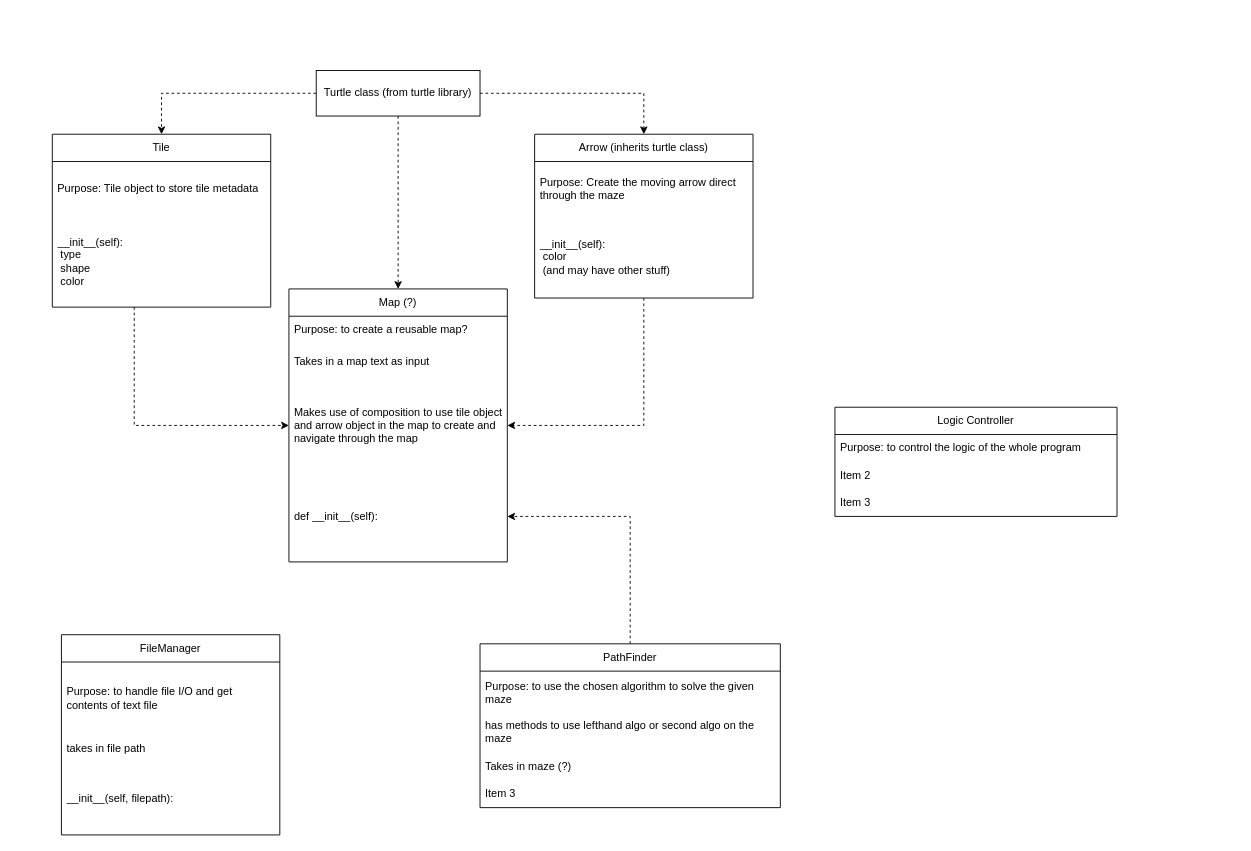
The draw.io diagram page "Class Design" (1 of 2) of diagrams/program_diagrams.drawio in junnjiee16/ST1507-DSAA-Maze-Solver, before the edit. Source tidied: cells renumbered, new cells numbered last; positions are measured from the earlier drawing's top-left corner, leaving out a move shared by most shapes. Both pictures are drawn from the tidied source at 91%, with x=0, y=0 at pixel (52, 70).
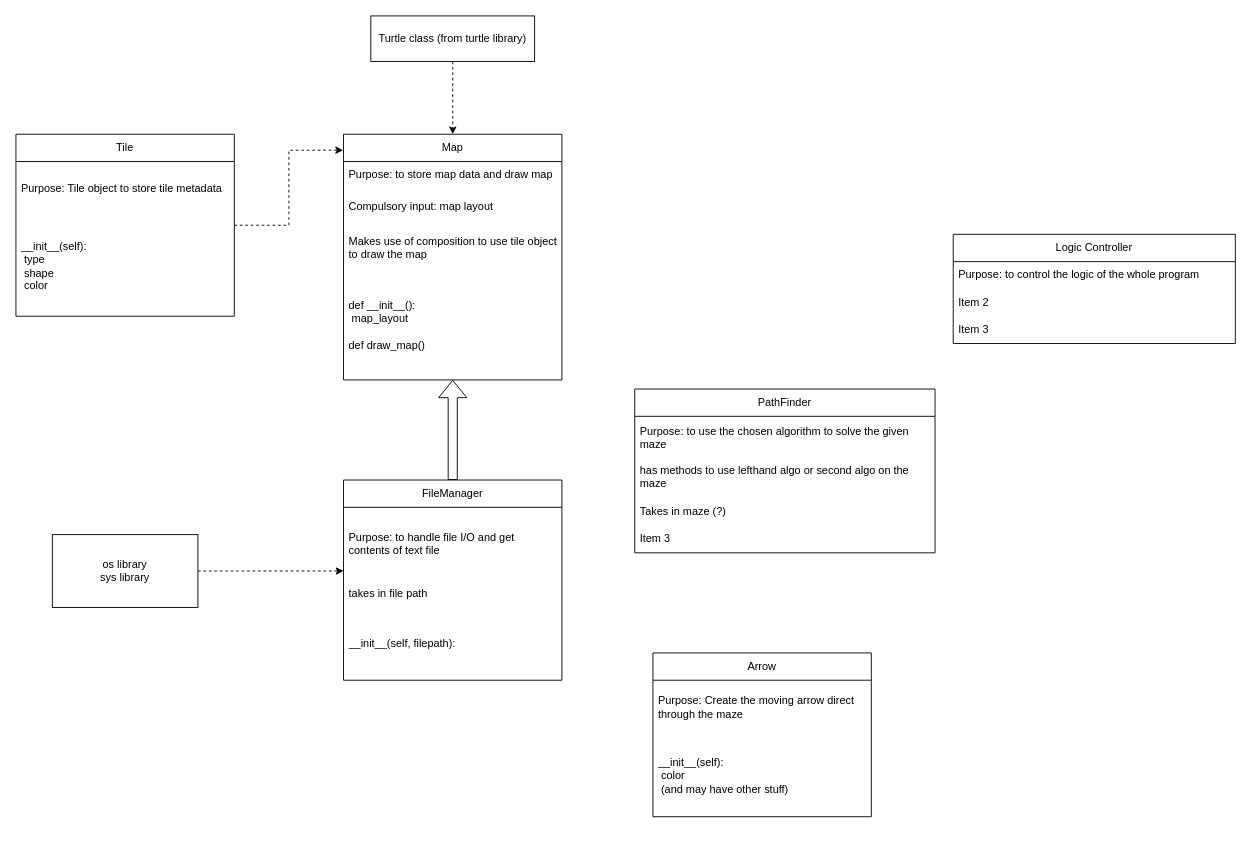
After the change.

Change to the diagram source:
```diff
@@
-    <mxCell id="2" style="edgeStyle=orthogonalEdgeStyle;rounded=0;jettySize=auto;html=1;dashed=1;" parent="1" edge="1" source="3" target="17">
-      <mxGeometry relative="1" as="geometry">
-        <Array as="points">
-          <mxPoint x="90" y="390" />
-        </Array>
-      </mxGeometry>
-    </mxCell>
+    <mxCell id="32" style="edgeStyle=orthogonalEdgeStyle;rounded=0;jettySize=auto;html=1;entryX=-0.002;entryY=0.065;entryDx=0;entryDy=0;entryPerimeter=0;dashed=1;" parent="1" edge="1" source="3" target="14">
+      <mxGeometry relative="1" as="geometry" />
+    </mxCell>
     <mxCell id="3" value="Tile" style="swimlane;fontStyle=0;horizontal=1;startSize=30;whiteSpace=wrap;html=1;" parent="1" vertex="1">
-      <mxGeometry y="70" width="240" height="190" as="geometry" />
+      <mxGeometry x="-40" y="70" width="240" height="200" as="geometry" />
     </mxCell>
@@
     <mxCell id="5" value="__init__(self):&lt;br&gt;&lt;span style=&quot;white-space: pre;&quot;&gt; &lt;/span&gt;type&lt;br&gt;&lt;span style=&quot;white-space: pre;&quot;&gt; &lt;/span&gt;shape&lt;br&gt;&lt;span style=&quot;white-space: pre;&quot;&gt; color&lt;/span&gt;" style="text;strokeColor=none;fillColor=none;align=left;verticalAlign=middle;spacingLeft=4;spacingRight=4;overflow=hidden;whiteSpace=wrap;html=1;" parent="3" vertex="1">
-      <mxGeometry y="90" width="240" height="100" as="geometry" />
+      <mxGeometry y="90" width="240" height="110" as="geometry" />
     </mxCell>
-    <mxCell id="6" style="edgeStyle=orthogonalEdgeStyle;rounded=0;jettySize=auto;html=1;dashed=1;" parent="1" edge="1" source="9" target="3">
-      <mxGeometry relative="1" as="geometry" />
-    </mxCell>
-    <mxCell id="7" style="edgeStyle=orthogonalEdgeStyle;rounded=0;jettySize=auto;html=1;dashed=1;" parent="1" edge="1" source="9" target="11">
-      <mxGeometry relative="1" as="geometry" />
-    </mxCell>
@@
     <mxCell id="9" value="Turtle class (from turtle library)" style="rounded=0;whiteSpace=wrap;html=1;" parent="1" vertex="1">
-      <mxGeometry x="290" width="180" height="50" as="geometry" />
+      <mxGeometry x="350" y="-60" width="180" height="50" as="geometry" />
     </mxCell>
-    <mxCell id="10" style="edgeStyle=orthogonalEdgeStyle;rounded=0;jettySize=auto;html=1;dashed=1;" parent="1" edge="1" source="11" target="17">
-      <mxGeometry relative="1" as="geometry" />
-    </mxCell>
-    <mxCell id="11" value="Arrow (inherits turtle class)" style="swimlane;fontStyle=0;horizontal=1;startSize=30;whiteSpace=wrap;html=1;" parent="1" vertex="1">
-      <mxGeometry x="530" y="70" width="240" height="180" as="geometry" />
+    <mxCell id="11" value="Arrow" style="swimlane;fontStyle=0;horizontal=1;startSize=30;whiteSpace=wrap;html=1;" parent="1" vertex="1">
+      <mxGeometry x="660" y="640" width="240" height="180" as="geometry" />
     </mxCell>
@@
-    <mxCell id="14" value="Map (?)" style="swimlane;fontStyle=0;horizontal=1;startSize=30;whiteSpace=wrap;html=1;" parent="1" vertex="1">
-      <mxGeometry x="260" y="240" width="240" height="300" as="geometry" />
+    <mxCell id="14" value="Map" style="swimlane;fontStyle=0;horizontal=1;startSize=30;whiteSpace=wrap;html=1;" parent="1" vertex="1">
+      <mxGeometry x="320" y="70" width="240" height="270" as="geometry" />
     </mxCell>
-    <mxCell id="15" value="Purpose: to create a reusable map?" style="text;strokeColor=none;fillColor=none;align=left;verticalAlign=middle;spacingLeft=4;spacingRight=4;overflow=hidden;whiteSpace=wrap;html=1;" parent="14" vertex="1">
+    <mxCell id="15" value="Purpose: to store map data and draw map" style="text;strokeColor=none;fillColor=none;align=left;verticalAlign=middle;spacingLeft=4;spacingRight=4;overflow=hidden;whiteSpace=wrap;html=1;" parent="14" vertex="1">
       <mxGeometry y="30" width="240" height="30" as="geometry" />
     </mxCell>
-    <mxCell id="16" value="Takes in a map text as input" style="text;strokeColor=none;fillColor=none;align=left;verticalAlign=middle;spacingLeft=4;spacingRight=4;overflow=hidden;whiteSpace=wrap;html=1;" parent="14" vertex="1">
+    <mxCell id="16" value="Compulsory input: map layout" style="text;strokeColor=none;fillColor=none;align=left;verticalAlign=middle;spacingLeft=4;spacingRight=4;overflow=hidden;whiteSpace=wrap;html=1;" parent="14" vertex="1">
       <mxGeometry y="60" width="240" height="40" as="geometry" />
     </mxCell>
-    <mxCell id="17" value="Makes use of composition to use tile object and arrow object in the map to create and navigate through the map" style="text;strokeColor=none;fillColor=none;align=left;verticalAlign=middle;spacingLeft=4;spacingRight=4;overflow=hidden;points=[[0,0.5],[1,0.5]];portConstraint=eastwest;whiteSpace=wrap;html=1;" parent="14" vertex="1">
-      <mxGeometry y="100" width="240" height="100" as="geometry" />
+    <mxCell id="17" value="Makes use of composition to use tile object to draw the map" style="text;strokeColor=none;fillColor=none;align=left;verticalAlign=middle;spacingLeft=4;spacingRight=4;overflow=hidden;points=[[0,0.5],[1,0.5]];portConstraint=eastwest;whiteSpace=wrap;html=1;" parent="14" vertex="1">
+      <mxGeometry y="100" width="240" height="50" as="geometry" />
     </mxCell>
-    <mxCell id="18" value="def __init__(self):" style="text;strokeColor=none;fillColor=none;align=left;verticalAlign=middle;spacingLeft=4;spacingRight=4;overflow=hidden;points=[[0,0.5],[1,0.5]];portConstraint=eastwest;whiteSpace=wrap;html=1;" parent="14" vertex="1">
-      <mxGeometry y="200" width="240" height="100" as="geometry" />
+    <mxCell id="18" value="def __init__():&lt;br&gt;&lt;span style=&quot;white-space: pre;&quot;&gt; &lt;/span&gt;map_layout&lt;br&gt;&lt;br&gt;def draw_map()" style="text;strokeColor=none;fillColor=none;align=left;verticalAlign=middle;spacingLeft=4;spacingRight=4;overflow=hidden;points=[[0,0.5],[1,0.5]];portConstraint=eastwest;whiteSpace=wrap;html=1;" parent="14" vertex="1">
+      <mxGeometry y="150" width="240" height="120" as="geometry" />
     </mxCell>
+    <mxCell id="33" style="edgeStyle=orthogonalEdgeStyle;rounded=0;jettySize=auto;html=1;shape=flexArrow;" parent="1" edge="1" source="19" target="14">
+      <mxGeometry relative="1" as="geometry">
+        <Array as="points">
+          <mxPoint x="370" y="630" />
+        </Array>
+      </mxGeometry>
+    </mxCell>
     <mxCell id="19" value="FileManager" style="swimlane;fontStyle=0;horizontal=1;startSize=30;whiteSpace=wrap;html=1;" parent="1" vertex="1">
-      <mxGeometry x="10" y="620" width="240" height="220" as="geometry" />
+      <mxGeometry x="320" y="450" width="240" height="220" as="geometry" />
     </mxCell>
@@
-    <mxCell id="23" style="edgeStyle=orthogonalEdgeStyle;rounded=0;jettySize=auto;html=1;dashed=1;" parent="1" edge="1" source="24" target="18">
-      <mxGeometry relative="1" as="geometry" />
-    </mxCell>
     <mxCell id="24" value="PathFinder" style="swimlane;fontStyle=0;horizontal=1;startSize=30;whiteSpace=wrap;html=1;" parent="1" vertex="1">
-      <mxGeometry x="470" y="630" width="330" height="180" as="geometry" />
+      <mxGeometry x="640" y="350" width="330" height="180" as="geometry" />
     </mxCell>
@@
     <mxCell id="28" value="Logic Controller" style="swimlane;fontStyle=0;horizontal=1;startSize=30;whiteSpace=wrap;html=1;" parent="1" vertex="1">
-      <mxGeometry x="860" y="370" width="310" height="120" as="geometry" />
+      <mxGeometry x="990" y="180" width="310" height="120" as="geometry" />
     </mxCell>
@@
+    <mxCell id="34" style="edgeStyle=orthogonalEdgeStyle;rounded=0;jettySize=auto;html=1;dashed=1;" parent="1" edge="1" source="35" target="19">
+      <mxGeometry relative="1" as="geometry">
+        <Array as="points">
+          <mxPoint x="260" y="550" />
+          <mxPoint x="260" y="550" />
+        </Array>
+      </mxGeometry>
+    </mxCell>
+    <mxCell id="35" value="os library&lt;br&gt;sys library" style="rounded=0;whiteSpace=wrap;html=1;" parent="1" vertex="1">
+      <mxGeometry y="510" width="160" height="80" as="geometry" />
+    </mxCell>
```
